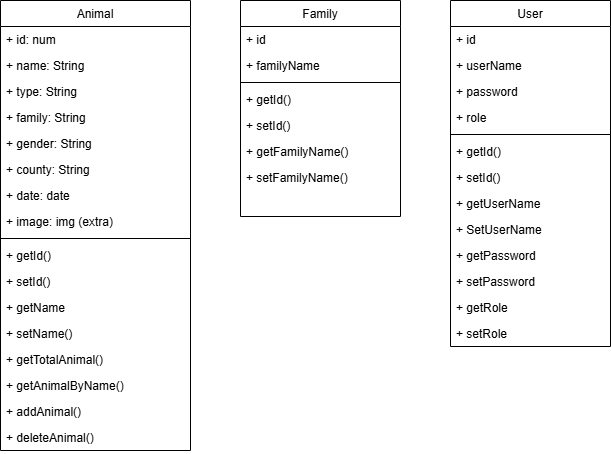
Andreina2/springboot_reserva_natural keeps this draw.io diagram as diagram/reserva_natural_diagrama_de_clases.drawio.png. Above is the earlier version. Source tidied: cells renumbered, new cells last; positions are measured from the earlier drawing's top-left corner, leaving out a move shared by most shapes. Its diagram source:
```xml
<mxGraphModel>
  <root>
    <mxCell id="0" />
    <mxCell id="1" parent="0" />
    <mxCell id="2" value="Animal" style="swimlane;fontStyle=0;align=center;verticalAlign=top;horizontal=1;startSize=26;rounded=0;shadow=0;strokeWidth=1;" parent="1" vertex="1">
      <mxGeometry width="190" height="450" as="geometry" />
    </mxCell>
    <mxCell id="3" value="+ id: num" style="text;align=left;verticalAlign=top;spacingLeft=4;spacingRight=4;overflow=hidden;" parent="2" vertex="1">
      <mxGeometry y="26" width="190" height="26" as="geometry" />
    </mxCell>
    <mxCell id="4" value="+ name: String" style="text;align=left;verticalAlign=top;spacingLeft=4;spacingRight=4;overflow=hidden;" parent="2" vertex="1">
      <mxGeometry y="52" width="190" height="26" as="geometry" />
    </mxCell>
    <mxCell id="5" value="+ type: String" style="text;align=left;verticalAlign=top;spacingLeft=4;spacingRight=4;overflow=hidden;rounded=0;shadow=0;html=0;" parent="2" vertex="1">
      <mxGeometry y="78" width="190" height="26" as="geometry" />
    </mxCell>
    <mxCell id="6" value="+ family: String" style="text;align=left;verticalAlign=top;spacingLeft=4;spacingRight=4;overflow=hidden;rounded=0;shadow=0;html=0;" parent="2" vertex="1">
      <mxGeometry y="104" width="190" height="26" as="geometry" />
    </mxCell>
    <mxCell id="7" value="+ gender: String" style="text;align=left;verticalAlign=top;spacingLeft=4;spacingRight=4;overflow=hidden;rounded=0;shadow=0;html=0;" parent="2" vertex="1">
      <mxGeometry y="130" width="190" height="26" as="geometry" />
    </mxCell>
    <mxCell id="8" value="+ county: String" style="text;align=left;verticalAlign=top;spacingLeft=4;spacingRight=4;overflow=hidden;rounded=0;shadow=0;html=0;" parent="2" vertex="1">
      <mxGeometry y="156" width="190" height="26" as="geometry" />
    </mxCell>
    <mxCell id="9" value="+ date: date" style="text;align=left;verticalAlign=top;spacingLeft=4;spacingRight=4;overflow=hidden;rounded=0;shadow=0;html=0;" parent="2" vertex="1">
      <mxGeometry y="182" width="190" height="26" as="geometry" />
    </mxCell>
    <mxCell id="10" value="+ image: img (extra)" style="text;align=left;verticalAlign=top;spacingLeft=4;spacingRight=4;overflow=hidden;rounded=0;shadow=0;html=0;" parent="2" vertex="1">
      <mxGeometry y="208" width="190" height="26" as="geometry" />
    </mxCell>
    <mxCell id="11" style="line;html=1;strokeWidth=1;align=left;verticalAlign=middle;spacingTop=-1;spacingLeft=3;spacingRight=3;labelPosition=right;" parent="2" vertex="1">
      <mxGeometry y="234" width="190" height="8" as="geometry" />
    </mxCell>
    <mxCell id="12" value="+ getId()" style="text;align=left;verticalAlign=top;spacingLeft=4;spacingRight=4;overflow=hidden;rounded=0;shadow=0;html=0;" parent="2" vertex="1">
      <mxGeometry y="242" width="190" height="26" as="geometry" />
    </mxCell>
    <mxCell id="13" value="+ setId()" style="text;align=left;verticalAlign=top;spacingLeft=4;spacingRight=4;overflow=hidden;rounded=0;shadow=0;html=0;" parent="2" vertex="1">
      <mxGeometry y="268" width="190" height="26" as="geometry" />
    </mxCell>
    <mxCell id="14" value="+ getName" style="text;align=left;verticalAlign=top;spacingLeft=4;spacingRight=4;overflow=hidden;rounded=0;shadow=0;html=0;" parent="2" vertex="1">
      <mxGeometry y="294" width="190" height="26" as="geometry" />
    </mxCell>
    <mxCell id="15" value="+ setName()" style="text;align=left;verticalAlign=top;spacingLeft=4;spacingRight=4;overflow=hidden;rounded=0;shadow=0;html=0;" parent="2" vertex="1">
      <mxGeometry y="320" width="190" height="26" as="geometry" />
    </mxCell>
    <mxCell id="16" value="+ getTotalAnimal()" style="text;align=left;verticalAlign=top;spacingLeft=4;spacingRight=4;overflow=hidden;rounded=0;shadow=0;html=0;" parent="2" vertex="1">
      <mxGeometry y="346" width="190" height="26" as="geometry" />
    </mxCell>
    <mxCell id="17" value="+ getAnimalByName()" style="text;align=left;verticalAlign=top;spacingLeft=4;spacingRight=4;overflow=hidden;rounded=0;shadow=0;html=0;" parent="2" vertex="1">
      <mxGeometry y="372" width="190" height="26" as="geometry" />
    </mxCell>
    <mxCell id="18" value="+ addAnimal()" style="text;align=left;verticalAlign=top;spacingLeft=4;spacingRight=4;overflow=hidden;rounded=0;shadow=0;html=0;" parent="2" vertex="1">
      <mxGeometry y="398" width="190" height="26" as="geometry" />
    </mxCell>
    <mxCell id="19" value="+ deleteAnimal()" style="text;align=left;verticalAlign=top;spacingLeft=4;spacingRight=4;overflow=hidden;rounded=0;shadow=0;html=0;" parent="2" vertex="1">
      <mxGeometry y="424" width="190" height="26" as="geometry" />
    </mxCell>
    <mxCell id="20" value="Family" style="swimlane;fontStyle=0;align=center;verticalAlign=top;horizontal=1;startSize=26;rounded=0;shadow=0;strokeWidth=1;" parent="1" vertex="1">
      <mxGeometry x="240" width="160" height="216" as="geometry" />
    </mxCell>
    <mxCell id="21" value="+ id" style="text;align=left;verticalAlign=top;spacingLeft=4;spacingRight=4;overflow=hidden;" parent="20" vertex="1">
      <mxGeometry y="26" width="160" height="26" as="geometry" />
    </mxCell>
    <mxCell id="22" value="+ familyName" style="text;align=left;verticalAlign=top;spacingLeft=4;spacingRight=4;overflow=hidden;rounded=0;shadow=0;html=0;" parent="20" vertex="1">
      <mxGeometry y="52" width="160" height="26" as="geometry" />
    </mxCell>
    <mxCell id="23" style="line;html=1;strokeWidth=1;align=left;verticalAlign=middle;spacingTop=-1;spacingLeft=3;spacingRight=3;labelPosition=right;" parent="20" vertex="1">
      <mxGeometry y="78" width="160" height="8" as="geometry" />
    </mxCell>
    <mxCell id="24" value="+ getId()" style="text;align=left;verticalAlign=top;spacingLeft=4;spacingRight=4;overflow=hidden;rounded=0;shadow=0;html=0;" parent="20" vertex="1">
      <mxGeometry y="86" width="160" height="26" as="geometry" />
    </mxCell>
    <mxCell id="25" value="+ setId()" style="text;align=left;verticalAlign=top;spacingLeft=4;spacingRight=4;overflow=hidden;rounded=0;shadow=0;html=0;" parent="20" vertex="1">
      <mxGeometry y="112" width="160" height="26" as="geometry" />
    </mxCell>
    <mxCell id="26" value="+ getFamilyName()" style="text;align=left;verticalAlign=top;spacingLeft=4;spacingRight=4;overflow=hidden;rounded=0;shadow=0;html=0;" parent="20" vertex="1">
      <mxGeometry y="138" width="160" height="26" as="geometry" />
    </mxCell>
    <mxCell id="27" value="+ setFamilyName()" style="text;align=left;verticalAlign=top;spacingLeft=4;spacingRight=4;overflow=hidden;rounded=0;shadow=0;html=0;" parent="20" vertex="1">
      <mxGeometry y="164" width="160" height="26" as="geometry" />
    </mxCell>
    <mxCell id="28" value="User" style="swimlane;fontStyle=0;align=center;verticalAlign=top;horizontal=1;startSize=26;rounded=0;shadow=0;strokeWidth=1;" parent="1" vertex="1">
      <mxGeometry x="450" width="160" height="346" as="geometry" />
    </mxCell>
    <mxCell id="29" value="+ id" style="text;align=left;verticalAlign=top;spacingLeft=4;spacingRight=4;overflow=hidden;" parent="28" vertex="1">
      <mxGeometry y="26" width="160" height="26" as="geometry" />
    </mxCell>
    <mxCell id="30" value="+ userName" style="text;align=left;verticalAlign=top;spacingLeft=4;spacingRight=4;overflow=hidden;rounded=0;shadow=0;html=0;" parent="28" vertex="1">
      <mxGeometry y="52" width="160" height="26" as="geometry" />
    </mxCell>
    <mxCell id="31" value="+ password" style="text;align=left;verticalAlign=top;spacingLeft=4;spacingRight=4;overflow=hidden;rounded=0;shadow=0;html=0;" parent="28" vertex="1">
      <mxGeometry y="78" width="160" height="26" as="geometry" />
    </mxCell>
    <mxCell id="32" value="+ role" style="text;align=left;verticalAlign=top;spacingLeft=4;spacingRight=4;overflow=hidden;rounded=0;shadow=0;html=0;" parent="28" vertex="1">
      <mxGeometry y="104" width="160" height="26" as="geometry" />
    </mxCell>
    <mxCell id="33" style="line;html=1;strokeWidth=1;align=left;verticalAlign=middle;spacingTop=-1;spacingLeft=3;spacingRight=3;labelPosition=right;" parent="28" vertex="1">
      <mxGeometry y="130" width="160" height="8" as="geometry" />
    </mxCell>
    <mxCell id="34" value="+ getId()" style="text;align=left;verticalAlign=top;spacingLeft=4;spacingRight=4;overflow=hidden;rounded=0;shadow=0;html=0;" parent="28" vertex="1">
      <mxGeometry y="138" width="160" height="26" as="geometry" />
    </mxCell>
    <mxCell id="35" value="+ setId()" style="text;align=left;verticalAlign=top;spacingLeft=4;spacingRight=4;overflow=hidden;rounded=0;shadow=0;html=0;" parent="28" vertex="1">
      <mxGeometry y="164" width="160" height="26" as="geometry" />
    </mxCell>
    <mxCell id="36" value="+ getUserName" style="text;align=left;verticalAlign=top;spacingLeft=4;spacingRight=4;overflow=hidden;rounded=0;shadow=0;html=0;" parent="28" vertex="1">
      <mxGeometry y="190" width="160" height="26" as="geometry" />
    </mxCell>
    <mxCell id="37" value="+ SetUserName" style="text;align=left;verticalAlign=top;spacingLeft=4;spacingRight=4;overflow=hidden;rounded=0;shadow=0;html=0;" parent="28" vertex="1">
      <mxGeometry y="216" width="160" height="26" as="geometry" />
    </mxCell>
    <mxCell id="38" value="+ getPassword" style="text;align=left;verticalAlign=top;spacingLeft=4;spacingRight=4;overflow=hidden;rounded=0;shadow=0;html=0;" parent="28" vertex="1">
      <mxGeometry y="242" width="160" height="26" as="geometry" />
    </mxCell>
    <mxCell id="39" value="+ setPassword" style="text;align=left;verticalAlign=top;spacingLeft=4;spacingRight=4;overflow=hidden;rounded=0;shadow=0;html=0;" parent="28" vertex="1">
      <mxGeometry y="268" width="160" height="26" as="geometry" />
    </mxCell>
    <mxCell id="40" value="+ getRole" style="text;align=left;verticalAlign=top;spacingLeft=4;spacingRight=4;overflow=hidden;rounded=0;shadow=0;html=0;" parent="28" vertex="1">
      <mxGeometry y="294" width="160" height="26" as="geometry" />
    </mxCell>
    <mxCell id="41" value="+ setRole" style="text;align=left;verticalAlign=top;spacingLeft=4;spacingRight=4;overflow=hidden;rounded=0;shadow=0;html=0;" parent="28" vertex="1">
      <mxGeometry y="320" width="160" height="26" as="geometry" />
    </mxCell>
  </root>
</mxGraphModel>
```
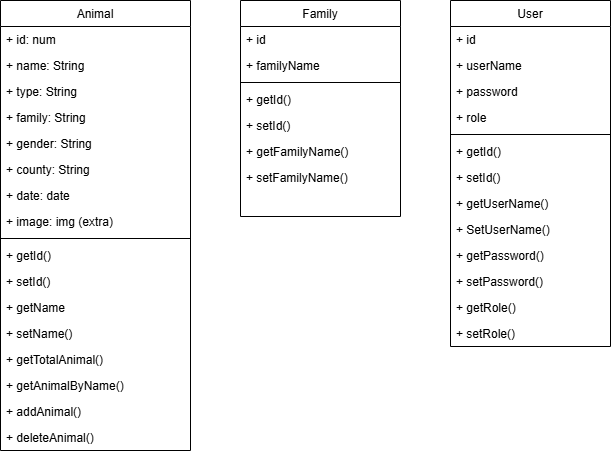
Later version of the same file.

The edit, as a diff of the source:
```diff
@@ -104,22 +104,22 @@
     <mxCell id="35" value="+ setId()" style="text;align=left;verticalAlign=top;spacingLeft=4;spacingRight=4;overflow=hidden;rounded=0;shadow=0;html=0;" parent="28" vertex="1">
       <mxGeometry y="164" width="160" height="26" as="geometry" />
     </mxCell>
-    <mxCell id="36" value="+ getUserName" style="text;align=left;verticalAlign=top;spacingLeft=4;spacingRight=4;overflow=hidden;rounded=0;shadow=0;html=0;" parent="28" vertex="1">
+    <mxCell id="36" value="+ getUserName()" style="text;align=left;verticalAlign=top;spacingLeft=4;spacingRight=4;overflow=hidden;rounded=0;shadow=0;html=0;" parent="28" vertex="1">
       <mxGeometry y="190" width="160" height="26" as="geometry" />
     </mxCell>
-    <mxCell id="37" value="+ SetUserName" style="text;align=left;verticalAlign=top;spacingLeft=4;spacingRight=4;overflow=hidden;rounded=0;shadow=0;html=0;" parent="28" vertex="1">
+    <mxCell id="37" value="+ SetUserName()" style="text;align=left;verticalAlign=top;spacingLeft=4;spacingRight=4;overflow=hidden;rounded=0;shadow=0;html=0;" parent="28" vertex="1">
       <mxGeometry y="216" width="160" height="26" as="geometry" />
     </mxCell>
-    <mxCell id="38" value="+ getPassword" style="text;align=left;verticalAlign=top;spacingLeft=4;spacingRight=4;overflow=hidden;rounded=0;shadow=0;html=0;" parent="28" vertex="1">
+    <mxCell id="38" value="+ getPassword()" style="text;align=left;verticalAlign=top;spacingLeft=4;spacingRight=4;overflow=hidden;rounded=0;shadow=0;html=0;" parent="28" vertex="1">
       <mxGeometry y="242" width="160" height="26" as="geometry" />
     </mxCell>
-    <mxCell id="39" value="+ setPassword" style="text;align=left;verticalAlign=top;spacingLeft=4;spacingRight=4;overflow=hidden;rounded=0;shadow=0;html=0;" parent="28" vertex="1">
+    <mxCell id="39" value="+ setPassword()" style="text;align=left;verticalAlign=top;spacingLeft=4;spacingRight=4;overflow=hidden;rounded=0;shadow=0;html=0;" parent="28" vertex="1">
       <mxGeometry y="268" width="160" height="26" as="geometry" />
     </mxCell>
-    <mxCell id="40" value="+ getRole" style="text;align=left;verticalAlign=top;spacingLeft=4;spacingRight=4;overflow=hidden;rounded=0;shadow=0;html=0;" parent="28" vertex="1">
+    <mxCell id="40" value="+ getRole()" style="text;align=left;verticalAlign=top;spacingLeft=4;spacingRight=4;overflow=hidden;rounded=0;shadow=0;html=0;" parent="28" vertex="1">
       <mxGeometry y="294" width="160" height="26" as="geometry" />
     </mxCell>
-    <mxCell id="41" value="+ setRole" style="text;align=left;verticalAlign=top;spacingLeft=4;spacingRight=4;overflow=hidden;rounded=0;shadow=0;html=0;" parent="28" vertex="1">
+    <mxCell id="41" value="+ setRole()" style="text;align=left;verticalAlign=top;spacingLeft=4;spacingRight=4;overflow=hidden;rounded=0;shadow=0;html=0;" parent="28" vertex="1">
       <mxGeometry y="320" width="160" height="26" as="geometry" />
     </mxCell>
   </root>
```
